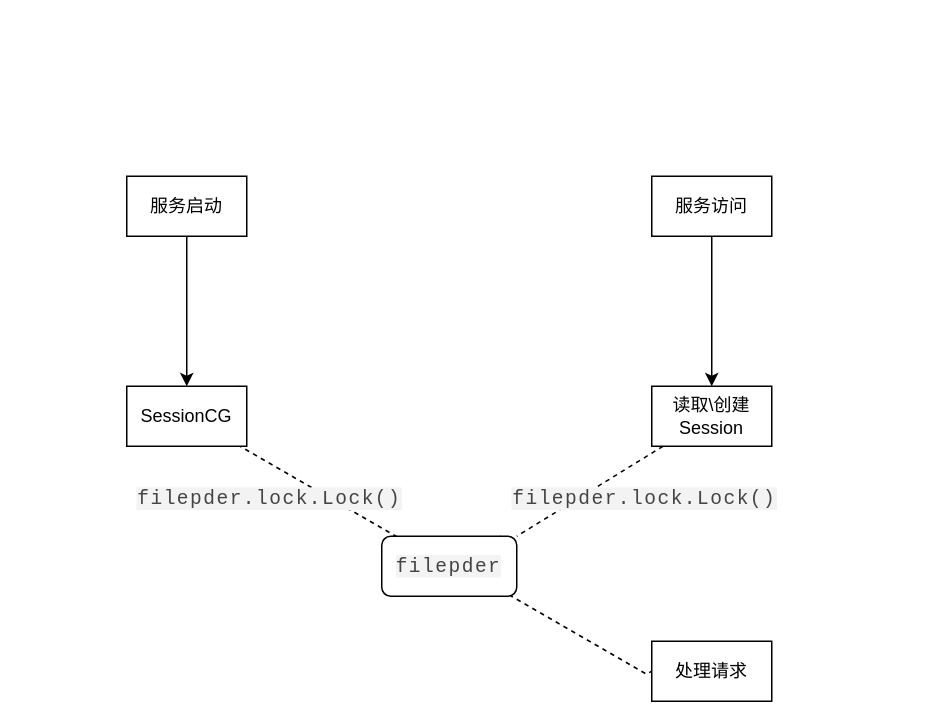
Above: blog/casdoor-session.drawio in kehaha-5/drawio (draw.io), before the change. Source tidied: cells renumbered, new cells numbered last; positions are measured from the earlier drawing's top-left corner, leaving out a move shared by most shapes. Both pictures are drawn from the tidied source at 150%, with x=0, y=0 at pixel (126, 176).
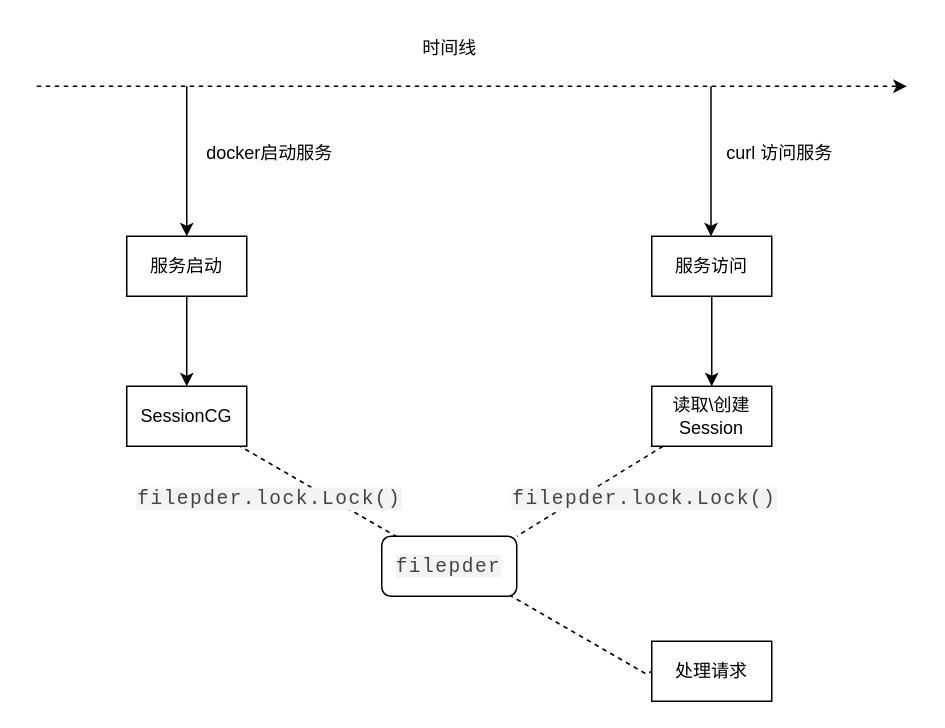
After the change.

Change to the diagram source:
```diff
@@
     <mxCell id="3" value="服务启动" style="rounded=0;whiteSpace=wrap;html=1;" parent="1" vertex="1">
-      <mxGeometry width="80" height="40" as="geometry" />
+      <mxGeometry y="40" width="80" height="40" as="geometry" />
     </mxCell>
@@
     <mxCell id="9" value="服务访问" style="rounded=0;whiteSpace=wrap;html=1;" parent="1" vertex="1">
-      <mxGeometry x="350" width="80" height="40" as="geometry" />
+      <mxGeometry x="350" y="40" width="80" height="40" as="geometry" />
     </mxCell>
@@
+    <mxCell id="15" style="endArrow=classic;html=1;rounded=0;dashed=1;" parent="1" edge="1">
+      <mxGeometry relative="1" as="geometry">
+        <mxPoint x="-60" y="-60" as="sourcePoint" />
+        <mxPoint x="520" y="-60" as="targetPoint" />
+      </mxGeometry>
+    </mxCell>
+    <mxCell id="16" style="endArrow=classic;html=1;rounded=0;entryX=0.5;entryY=0;entryDx=0;entryDy=0;" parent="1" edge="1" target="3">
+      <mxGeometry relative="1" as="geometry">
+        <mxPoint x="40" y="-60" as="sourcePoint" />
+      </mxGeometry>
+    </mxCell>
+    <mxCell id="17" style="endArrow=classic;html=1;rounded=0;entryX=0.5;entryY=0;entryDx=0;entryDy=0;" parent="1" edge="1">
+      <mxGeometry relative="1" as="geometry">
+        <mxPoint x="389.5" y="-60" as="sourcePoint" />
+        <mxPoint x="389.5" y="40" as="targetPoint" />
+      </mxGeometry>
+    </mxCell>
+    <mxCell id="18" value="docker启动服务" style="text;html=1;align=center;verticalAlign=middle;strokeColor=none;fillColor=none;" parent="1" vertex="1">
+      <mxGeometry x="40" y="-30" width="110" height="30" as="geometry" />
+    </mxCell>
+    <mxCell id="19" value="curl 访问服务" style="text;html=1;align=center;verticalAlign=middle;strokeColor=none;fillColor=none;" parent="1" vertex="1">
+      <mxGeometry x="390" y="-30" width="90" height="30" as="geometry" />
+    </mxCell>
+    <mxCell id="20" value="时间线" style="text;html=1;align=center;verticalAlign=middle;strokeColor=none;fillColor=none;" parent="1" vertex="1">
+      <mxGeometry x="185" y="-100" width="60" height="30" as="geometry" />
+    </mxCell>
```
